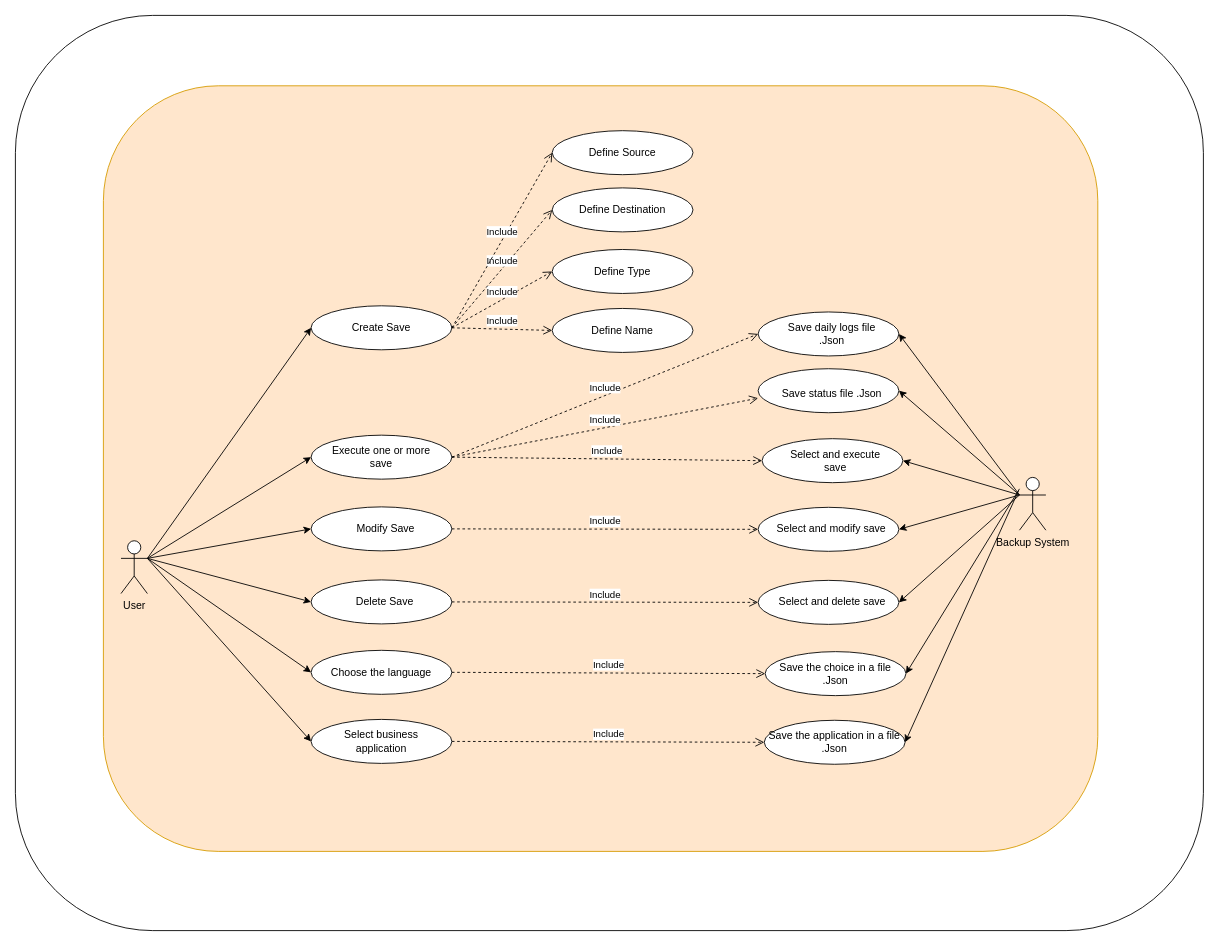
This is UML 2.0/Use Case 2.0.drawio from ndium/EasySave, a draw.io file, before an edit. Source tidied: cells renumbered, new cells numbered last; positions are measured from the earlier drawing's top-left corner, leaving out a move shared by most shapes. Both pictures are drawn from the tidied source at 88%, with x=0, y=0 at pixel (15, 15).
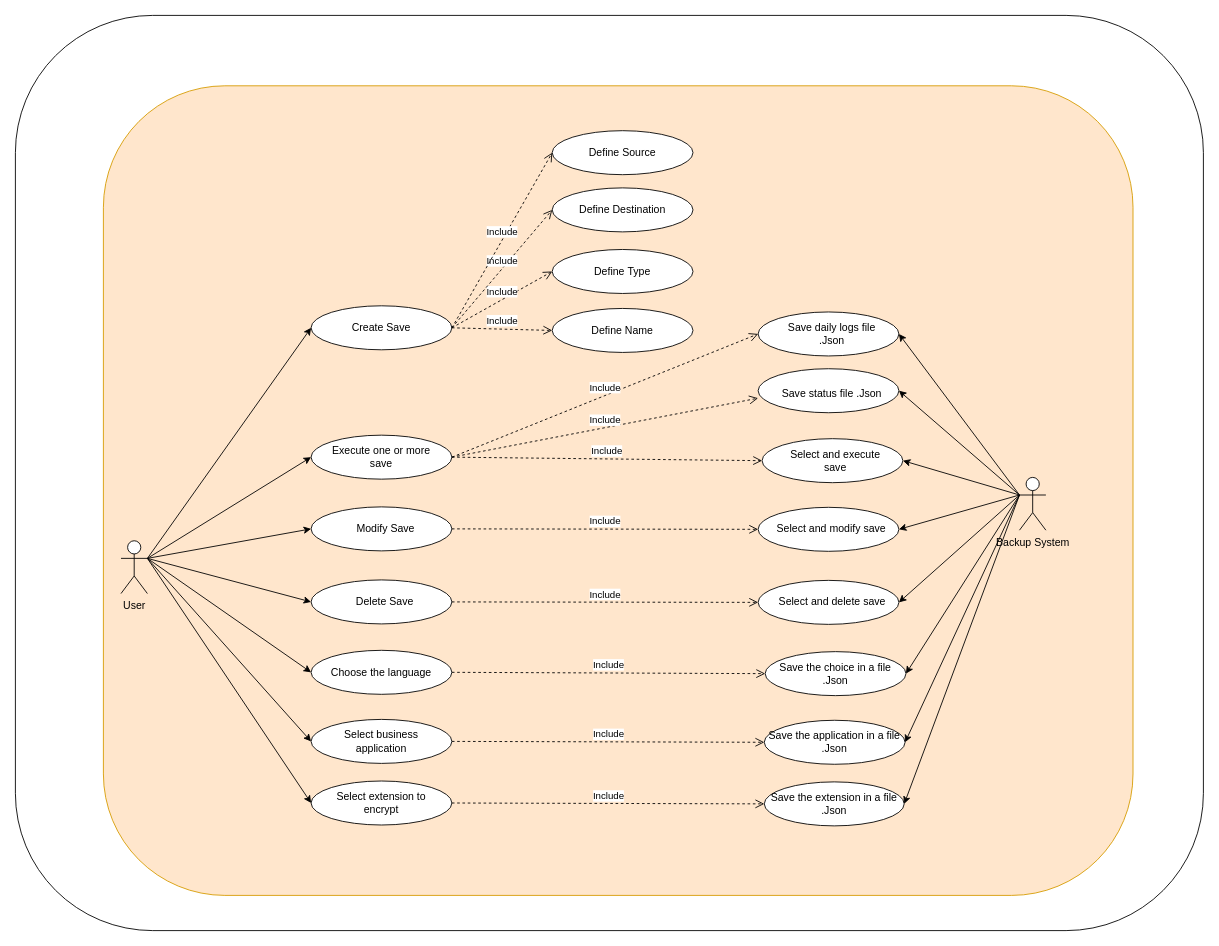
The same diagram, later.

The change refers to these unchanged cells:
```xml
<mxCell id="17" value="Backup System" style="shape=umlActor;verticalLabelPosition=bottom;verticalAlign=top;html=1;outlineConnect=0;" parent="1" vertex="1">
  <mxGeometry x="1141" y="525" width="30" height="60" as="geometry" />
</mxCell>
<mxCell id="30" value="User" style="shape=umlActor;verticalLabelPosition=bottom;verticalAlign=top;html=1;outlineConnect=0;" parent="1" vertex="1">
  <mxGeometry x="120" y="597" width="30" height="60" as="geometry" />
</mxCell>
<mxCell id="54" value="Save the choice in a file .Json" style="ellipse;whiteSpace=wrap;html=1;" parent="1" vertex="1">
  <mxGeometry x="852" y="723" width="160" height="50" as="geometry" />
</mxCell>
<mxCell id="60" value="Save the application in a file .Json" style="ellipse;whiteSpace=wrap;html=1;" parent="1" vertex="1">
  <mxGeometry x="851" y="801" width="160" height="50" as="geometry" />
</mxCell>
```

Diff of the diagram source:
```diff
@@
     <mxCell id="3" style="rounded=1;whiteSpace=wrap;html=1;fillColor=#ffe6cc;strokeColor=#d79b00;" parent="1" vertex="1">
-      <mxGeometry x="100" y="80" width="1130" height="870" as="geometry" />
+      <mxGeometry x="100" y="80" width="1170" height="920" as="geometry" />
     </mxCell>
@@
-    <mxCell id="55" style="endArrow=classic;html=1;rounded=0;entryX=1;entryY=0.5;entryDx=0;entryDy=0;" parent="1" edge="1" target="54">
-      <mxGeometry relative="1" as="geometry">
-        <mxPoint x="1141" y="538" as="sourcePoint" />
-      </mxGeometry>
+    <mxCell id="55" style="endArrow=classic;html=1;rounded=0;entryX=1;entryY=0.5;entryDx=0;entryDy=0;exitX=0;exitY=0.3333333333333333;exitDx=0;exitDy=0;exitPerimeter=0;" parent="1" edge="1" source="17" target="54">
+      <mxGeometry relative="1" as="geometry" />
     </mxCell>
@@
-    <mxCell id="61" style="endArrow=classic;html=1;rounded=0;entryX=1;entryY=0.5;entryDx=0;entryDy=0;" parent="1" edge="1" target="60">
-      <mxGeometry relative="1" as="geometry">
-        <mxPoint x="1140" y="540" as="sourcePoint" />
-      </mxGeometry>
+    <mxCell id="61" style="endArrow=classic;html=1;rounded=0;entryX=1;entryY=0.5;entryDx=0;entryDy=0;exitX=0;exitY=0.3333333333333333;exitDx=0;exitDy=0;exitPerimeter=0;" parent="1" edge="1" source="17" target="60">
+      <mxGeometry relative="1" as="geometry" />
     </mxCell>
+    <mxCell id="62" style="ellipse;whiteSpace=wrap;html=1;" parent="1" vertex="1">
+      <mxGeometry x="336" y="870" width="160" height="50" as="geometry" />
+    </mxCell>
+    <mxCell id="63" value="Select extension to encrypt" style="text;html=1;strokeColor=none;fillColor=none;align=center;verticalAlign=middle;whiteSpace=wrap;rounded=0;" parent="1" vertex="1">
+      <mxGeometry x="356" y="885" width="120" height="20" as="geometry" />
+    </mxCell>
+    <mxCell id="64" value="Include" style="html=1;verticalAlign=bottom;endArrow=open;dashed=1;endSize=8;rounded=0;exitX=1;exitY=0.5;exitDx=0;exitDy=0;entryX=0;entryY=0.5;entryDx=0;entryDy=0;" parent="1" edge="1" source="62" target="65">
+      <mxGeometry relative="1" as="geometry" />
+    </mxCell>
+    <mxCell id="65" value="Save the extension in a file .Json" style="ellipse;whiteSpace=wrap;html=1;" parent="1" vertex="1">
+      <mxGeometry x="851" y="871" width="159" height="50" as="geometry" />
+    </mxCell>
+    <mxCell id="66" style="endArrow=classic;html=1;rounded=0;entryX=0;entryY=0.5;entryDx=0;entryDy=0;exitX=1;exitY=0.3333333333333333;exitDx=0;exitDy=0;exitPerimeter=0;" parent="1" edge="1" source="30" target="62">
+      <mxGeometry relative="1" as="geometry" />
+    </mxCell>
+    <mxCell id="67" style="endArrow=classic;html=1;rounded=0;entryX=1;entryY=0.5;entryDx=0;entryDy=0;exitX=0;exitY=0.3333333333333333;exitDx=0;exitDy=0;exitPerimeter=0;" parent="1" edge="1" source="17" target="65">
+      <mxGeometry relative="1" as="geometry" />
+    </mxCell>
```
